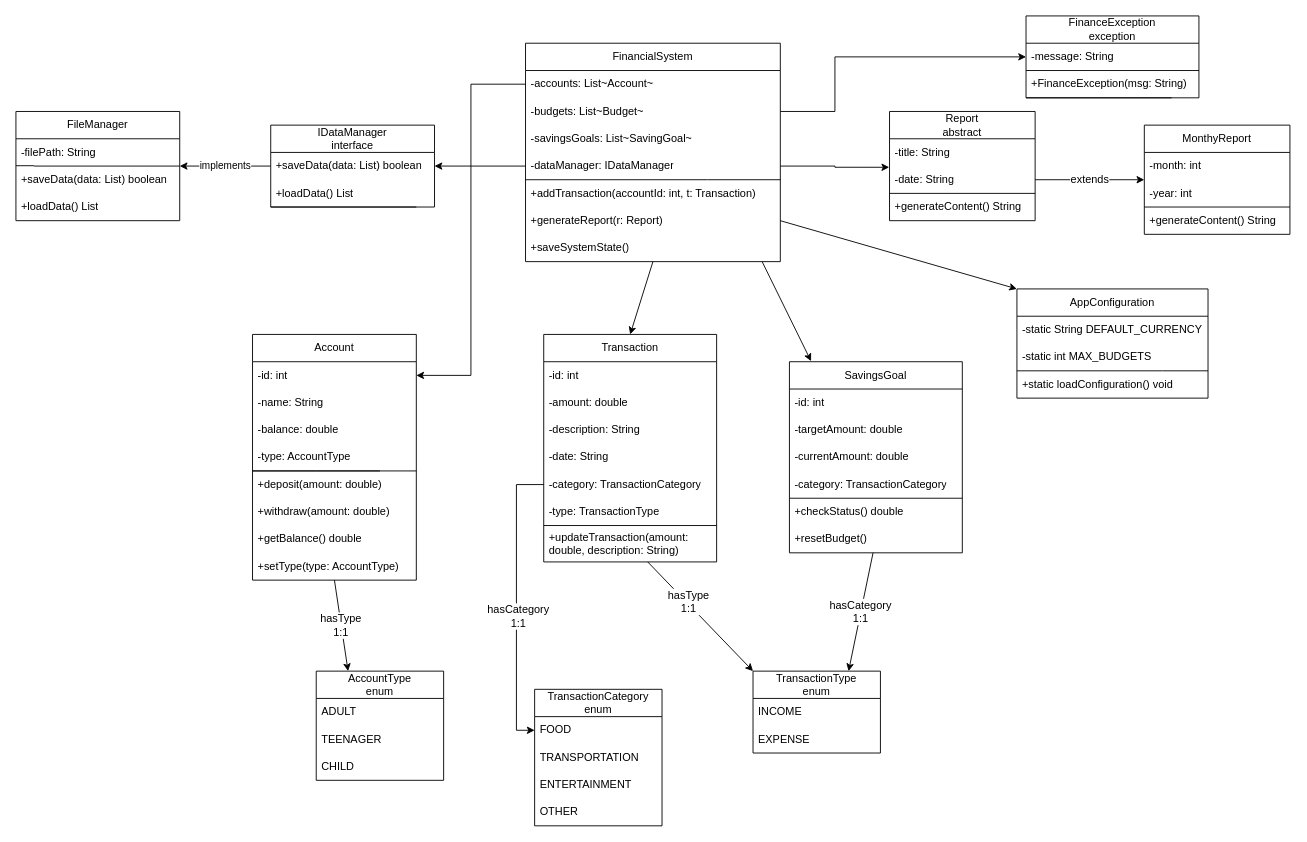
Before: Docs/UML.drawio.xml in undeMalum/finance-manager, a draw.io diagram. Source tidied: cells renumbered, new cells numbered last; positions are measured from the earlier drawing's top-left corner, leaving out a move shared by most shapes. Both pictures are drawn from the tidied source at 91%, with x=0, y=0 at pixel (15, 15).
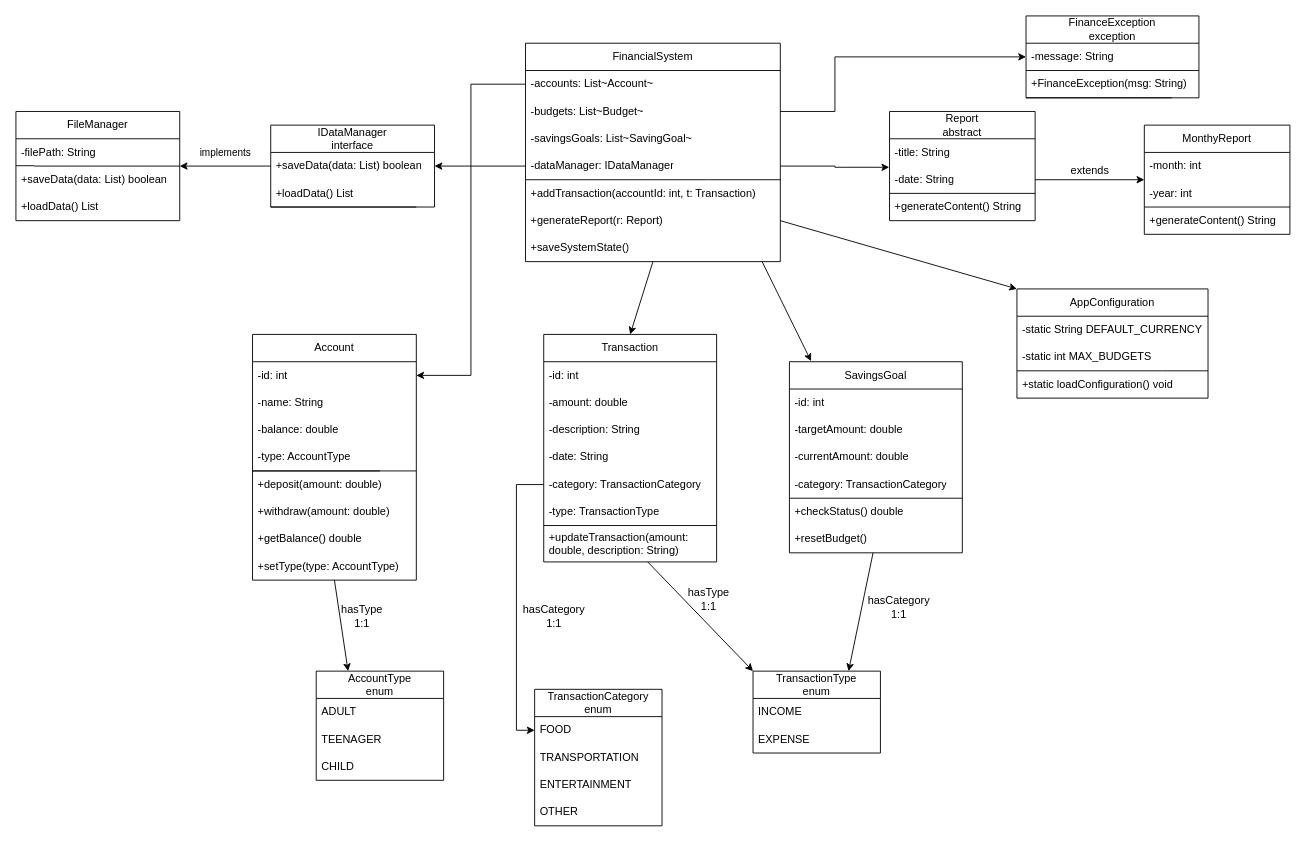
After the change.

Commit message:
feat: change arrow dscp and position

Unchanged cells that the change refers to:
```xml
<mxCell id="13" value="AccountType&lt;div&gt;enum&lt;/div&gt;" style="swimlane;fontStyle=0;horizontal=1;startSize=30;whiteSpace=wrap;html=1;strokeColor=default;align=center;verticalAlign=middle;fontFamily=Helvetica;fontSize=12;fontColor=default;fillColor=default;" parent="1" vertex="1">
  <mxGeometry x="330" y="720" width="140" height="120" as="geometry" />
</mxCell>
<mxCell id="37" value="MonthyReport" style="swimlane;fontStyle=0;horizontal=1;startSize=30;whiteSpace=wrap;html=1;strokeColor=default;align=center;verticalAlign=middle;fontFamily=Helvetica;fontSize=12;fontColor=default;fillColor=default;" parent="1" vertex="1">
  <mxGeometry x="1240" y="120" width="160" height="120" as="geometry" />
</mxCell>
<mxCell id="54" value="+resetBudget()" style="text;strokeColor=none;fillColor=none;align=left;verticalAlign=middle;spacingLeft=4;spacingRight=4;overflow=hidden;points=[[0,0.5],[1,0.5]];portConstraint=eastwest;whiteSpace=wrap;html=1;fontFamily=Helvetica;fontSize=12;fontColor=default;fontStyle=0;horizontal=1;" parent="47" vertex="1">
  <mxGeometry y="180" width="190" height="30" as="geometry" />
</mxCell>
<mxCell id="64" value="+saveData(data: List) boolean" style="text;strokeColor=none;fillColor=none;align=left;verticalAlign=middle;spacingLeft=4;spacingRight=4;overflow=hidden;points=[[0,0.5],[1,0.5]];portConstraint=eastwest;whiteSpace=wrap;html=1;fontFamily=Helvetica;fontSize=12;fontColor=default;fontStyle=0;horizontal=1;" parent="63" vertex="1">
  <mxGeometry y="30" width="180" height="30" as="geometry" />
</mxCell>
<mxCell id="67" value="FileManager" style="swimlane;fontStyle=0;horizontal=1;startSize=30;whiteSpace=wrap;html=1;strokeColor=default;align=center;verticalAlign=middle;fontFamily=Helvetica;fontSize=12;fontColor=default;fillColor=default;" parent="1" vertex="1">
  <mxGeometry y="105" width="180" height="120" as="geometry" />
</mxCell>
<mxCell id="79" value="TransactionType&lt;div&gt;enum&lt;/div&gt;" style="swimlane;fontStyle=0;horizontal=1;startSize=30;whiteSpace=wrap;html=1;strokeColor=default;align=center;verticalAlign=middle;fontFamily=Helvetica;fontSize=12;fontColor=default;fillColor=default;" parent="1" vertex="1">
  <mxGeometry x="810" y="720" width="140" height="90" as="geometry" />
</mxCell>
<mxCell id="83" style="endArrow=classic;startArrow=none;html=1;rounded=0;fontFamily=Helvetica;fontSize=12;fontColor=default;fontStyle=0;horizontal=1;entryX=0;entryY=0;entryDx=0;entryDy=0;startFill=0;" parent="1" edge="1" source="25" target="79">
  <mxGeometry relative="1" as="geometry" />
</mxCell>
<mxCell id="85" style="edgeStyle=orthogonalEdgeStyle;rounded=0;jettySize=auto;html=1;exitX=0;exitY=0.5;exitDx=0;exitDy=0;entryX=0;entryY=0.5;entryDx=0;entryDy=0;" parent="1" edge="1" source="22" target="75">
  <mxGeometry relative="1" as="geometry" />
</mxCell>
<mxCell id="91" value="-date: String" style="text;strokeColor=none;fillColor=none;align=left;verticalAlign=middle;spacingLeft=4;spacingRight=4;overflow=hidden;points=[[0,0.5],[1,0.5]];portConstraint=eastwest;whiteSpace=wrap;html=1;fontFamily=Helvetica;fontSize=12;fontColor=default;fontStyle=0;horizontal=1;" parent="89" vertex="1">
  <mxGeometry y="60" width="160" height="30" as="geometry" />
</mxCell>
```

Change to the diagram source:
```diff
@@
-    <mxCell id="73" value="&lt;span&gt;hasType&lt;/span&gt;&lt;div&gt;&lt;span&gt;1:1&lt;/span&gt;&lt;/div&gt;" style="endArrow=none;startArrow=classic;html=1;rounded=0;fontFamily=Helvetica;fontSize=12;fontColor=default;fontStyle=0;horizontal=1;exitX=0.25;exitY=0;exitDx=0;exitDy=0;endFill=0;" parent="1" edge="1" source="13">
-      <mxGeometry relative="1" as="geometry">
+    <mxCell id="73" value="&lt;span&gt;hasType&lt;/span&gt;&lt;div&gt;&lt;span&gt;1:1&lt;/span&gt;&lt;/div&gt;" style="endArrow=none;startArrow=classic;html=1;rounded=0;fontFamily=Helvetica;fontSize=12;fontColor=default;fontStyle=0;horizontal=1;exitX=0.25;exitY=0;exitDx=0;exitDy=0;endFill=0;labelBackgroundColor=none;" parent="1" edge="1" source="13">
+      <mxGeometry x="0.13" y="-24" relative="1" as="geometry">
         <mxPoint x="350" y="620" as="targetPoint" />
       </mxGeometry>
     </mxCell>
@@
-    <mxCell id="82" value="hasCategory&lt;div&gt;1:1&lt;/div&gt;" style="endArrow=none;startArrow=classic;html=1;rounded=0;fontFamily=Helvetica;fontSize=12;fontColor=default;fontStyle=0;horizontal=1;exitX=0.75;exitY=0;exitDx=0;exitDy=0;endFill=0;" parent="1" edge="1" source="79" target="54">
-      <mxGeometry relative="1" as="geometry" />
+    <mxCell id="82" value="&lt;span&gt;hasCategory&lt;/span&gt;&lt;div&gt;&lt;span&gt;1:1&lt;/span&gt;&lt;/div&gt;" style="endArrow=none;startArrow=classic;html=1;rounded=0;fontFamily=Helvetica;fontSize=12;fontColor=default;fontStyle=0;horizontal=1;exitX=0.75;exitY=0;exitDx=0;exitDy=0;endFill=0;labelBackgroundColor=none;" parent="1" edge="1" source="79" target="54">
+      <mxGeometry x="0.2" y="-40" relative="1" as="geometry" />
     </mxCell>
@@
-    <mxCell id="84" value="hasType&lt;div&gt;1:1&lt;/div&gt;" style="edgeLabel;html=1;align=center;verticalAlign=middle;fontSize=12;" parent="83" vertex="1">
-      <mxGeometry x="-0.26" y="2" relative="1" as="geometry" />
+    <mxCell id="84" value="hasType&lt;div&gt;1:1&lt;/div&gt;" style="edgeLabel;html=1;align=center;verticalAlign=middle;fontSize=12;labelBackgroundColor=none;" parent="83" vertex="1">
+      <mxGeometry x="-0.26" y="2" relative="1" as="geometry">
+        <mxPoint x="22" y="-3" as="offset" />
+      </mxGeometry>
     </mxCell>
@@
-    <mxCell id="86" value="&lt;font style=&quot;font-size: 12px;&quot;&gt;hasCategory&lt;/font&gt;&lt;div&gt;&lt;font style=&quot;font-size: 12px;&quot;&gt;1:1&lt;/font&gt;&lt;/div&gt;" style="edgeLabel;html=1;align=center;verticalAlign=middle;" parent="85" vertex="1">
-      <mxGeometry x="0.09" y="1" relative="1" as="geometry" />
+    <mxCell id="86" value="&lt;font style=&quot;font-size: 12px;&quot;&gt;hasCategory&lt;/font&gt;&lt;div&gt;&lt;font style=&quot;font-size: 12px;&quot;&gt;1:1&lt;/font&gt;&lt;/div&gt;" style="edgeLabel;html=1;align=center;verticalAlign=middle;labelBackgroundColor=none;" parent="85" vertex="1">
+      <mxGeometry x="0.09" y="1" relative="1" as="geometry">
+        <mxPoint x="39" as="offset" />
+      </mxGeometry>
     </mxCell>
@@
-    <mxCell id="95" value="extends" style="edgeStyle=orthogonalEdgeStyle;rounded=0;jettySize=auto;html=1;exitX=1;exitY=0.5;exitDx=0;exitDy=0;entryX=0;entryY=0.5;entryDx=0;entryDy=0;fontSize=12;" parent="1" edge="1" source="91" target="37">
-      <mxGeometry relative="1" as="geometry" />
+    <mxCell id="95" value="extends" style="edgeStyle=orthogonalEdgeStyle;rounded=0;jettySize=auto;html=1;exitX=1;exitY=0.5;exitDx=0;exitDy=0;entryX=0;entryY=0.5;entryDx=0;entryDy=0;fontSize=12;labelBackgroundColor=none;" parent="1" edge="1" source="91" target="37">
+      <mxGeometry y="10" relative="1" as="geometry" />
     </mxCell>
@@
-    <mxCell id="97" value="implements" style="edgeStyle=orthogonalEdgeStyle;rounded=0;jettySize=auto;html=1;exitX=0;exitY=0.5;exitDx=0;exitDy=0;entryX=1;entryY=0.5;entryDx=0;entryDy=0;" parent="1" edge="1" source="64" target="67">
-      <mxGeometry relative="1" as="geometry" />
+    <mxCell id="97" value="implements" style="edgeStyle=orthogonalEdgeStyle;rounded=0;jettySize=auto;html=1;exitX=0;exitY=0.5;exitDx=0;exitDy=0;entryX=1;entryY=0.5;entryDx=0;entryDy=0;labelBackgroundColor=none;" parent="1" edge="1" source="64" target="67">
+      <mxGeometry y="-15" relative="1" as="geometry" />
     </mxCell>
```
